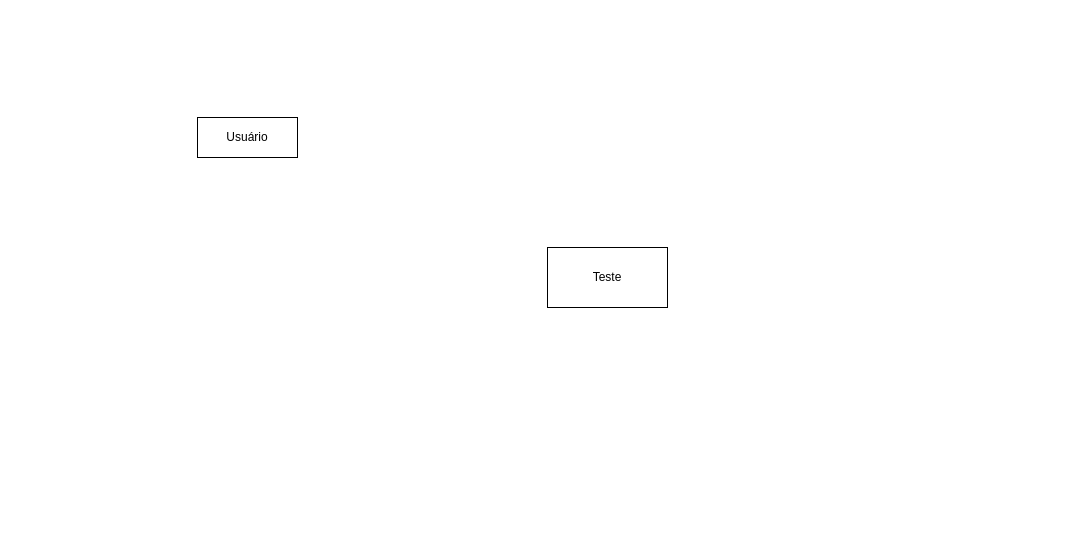
Earlier version of the draw.io diagram Untitled Diagram.drawio (bruniculos08/PPR0001). Source tidied: cells renumbered, new cells numbered last; positions are measured from the earlier drawing's top-left corner, leaving out a move shared by most shapes. Both pictures are drawn from the tidied source at 100%, with x=0, y=0 at pixel (197, 117).
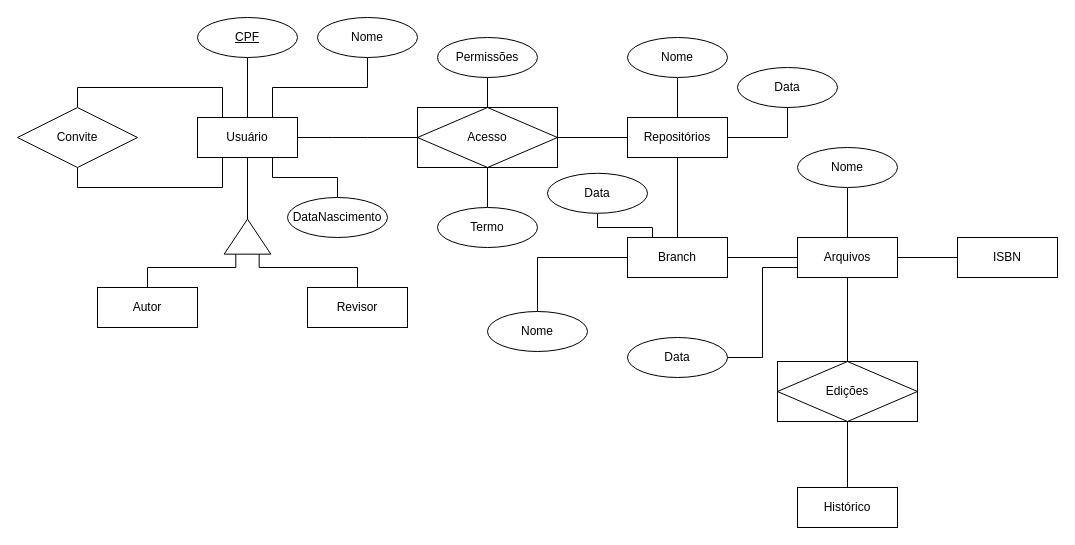
Above is the later version.

Unchanged cells that the change refers to:
```xml
<mxCell id="2" value="Usuário" style="whiteSpace=wrap;html=1;align=center;" parent="1" vertex="1">
  <mxGeometry width="100" height="40" as="geometry" />
</mxCell>
```

Diff of the diagram source:
```diff
@@
+    <mxCell id="4" style="edgeStyle=orthogonalEdgeStyle;rounded=0;jettySize=auto;html=1;exitX=0.5;exitY=1;exitDx=0;exitDy=0;entryX=1;entryY=0.5;entryDx=0;entryDy=0;endArrow=none;endFill=0;" parent="1" edge="1" source="2" target="28">
+      <mxGeometry relative="1" as="geometry" />
+    </mxCell>
+    <mxCell id="5" style="edgeStyle=orthogonalEdgeStyle;rounded=0;jettySize=auto;html=1;exitX=0.25;exitY=0;exitDx=0;exitDy=0;entryX=0.5;entryY=0;entryDx=0;entryDy=0;endArrow=none;endFill=0;" parent="1" edge="1" source="2" target="35">
+      <mxGeometry relative="1" as="geometry">
+        <Array as="points">
+          <mxPoint x="25" y="-30" />
+          <mxPoint x="-120" y="-30" />
+        </Array>
+      </mxGeometry>
+    </mxCell>
+    <mxCell id="6" style="edgeStyle=orthogonalEdgeStyle;rounded=0;jettySize=auto;html=1;exitX=0.25;exitY=1;exitDx=0;exitDy=0;entryX=0.5;entryY=1;entryDx=0;entryDy=0;endArrow=none;endFill=0;" parent="1" edge="1" source="2" target="35">
+      <mxGeometry relative="1" as="geometry" />
+    </mxCell>
+    <mxCell id="7" style="edgeStyle=orthogonalEdgeStyle;rounded=0;jettySize=auto;html=1;exitX=1;exitY=0.5;exitDx=0;exitDy=0;entryX=0;entryY=0.5;entryDx=0;entryDy=0;endArrow=none;endFill=0;" parent="1" edge="1" source="2">
+      <mxGeometry relative="1" as="geometry">
+        <mxPoint x="170" y="20" as="targetPoint" />
+      </mxGeometry>
+    </mxCell>
@@
-    <mxCell id="3" value="Teste" style="rounded=0;whiteSpace=wrap;html=1;" parent="1" vertex="1">
-      <mxGeometry x="350" y="130" width="120" height="60" as="geometry" />
-    </mxCell>
+    <mxCell id="8" style="edgeStyle=orthogonalEdgeStyle;rounded=0;jettySize=auto;html=1;exitX=0.5;exitY=1;exitDx=0;exitDy=0;entryX=0.5;entryY=0;entryDx=0;entryDy=0;endArrow=none;endFill=0;" parent="1" edge="1" source="9" target="2">
+      <mxGeometry relative="1" as="geometry" />
+    </mxCell>
+    <mxCell id="9" value="CPF" style="ellipse;whiteSpace=wrap;html=1;align=center;fontStyle=4;" parent="1" vertex="1">
+      <mxGeometry y="-100" width="100" height="40" as="geometry" />
+    </mxCell>
+    <mxCell id="10" style="edgeStyle=orthogonalEdgeStyle;rounded=0;jettySize=auto;html=1;exitX=0.5;exitY=1;exitDx=0;exitDy=0;entryX=0.5;entryY=0;entryDx=0;entryDy=0;endArrow=none;endFill=0;" parent="1" edge="1" source="13" target="34">
+      <mxGeometry relative="1" as="geometry" />
+    </mxCell>
+    <mxCell id="11" style="edgeStyle=orthogonalEdgeStyle;rounded=0;jettySize=auto;html=1;exitX=0.5;exitY=0;exitDx=0;exitDy=0;entryX=0.5;entryY=1;entryDx=0;entryDy=0;endArrow=none;endFill=0;" parent="1" edge="1" source="13" target="42">
+      <mxGeometry relative="1" as="geometry" />
+    </mxCell>
+    <mxCell id="12" style="edgeStyle=orthogonalEdgeStyle;rounded=0;jettySize=auto;html=1;exitX=1;exitY=0.5;exitDx=0;exitDy=0;entryX=0.5;entryY=1;entryDx=0;entryDy=0;endArrow=none;endFill=0;" parent="1" edge="1" source="13" target="44">
+      <mxGeometry relative="1" as="geometry" />
+    </mxCell>
+    <mxCell id="13" value="Repositórios" style="whiteSpace=wrap;html=1;align=center;" parent="1" vertex="1">
+      <mxGeometry x="430" width="100" height="40" as="geometry" />
+    </mxCell>
+    <mxCell id="14" style="edgeStyle=orthogonalEdgeStyle;rounded=0;jettySize=auto;html=1;exitX=1;exitY=0.5;exitDx=0;exitDy=0;entryX=0;entryY=0.5;entryDx=0;entryDy=0;endArrow=none;endFill=0;" parent="1" edge="1" source="19" target="25">
+      <mxGeometry relative="1" as="geometry" />
+    </mxCell>
+    <mxCell id="15" style="edgeStyle=orthogonalEdgeStyle;rounded=0;jettySize=auto;html=1;exitX=0;exitY=0.5;exitDx=0;exitDy=0;entryX=1;entryY=0.5;entryDx=0;entryDy=0;endArrow=none;endFill=0;" parent="1" edge="1" source="19" target="34">
+      <mxGeometry relative="1" as="geometry" />
+    </mxCell>
+    <mxCell id="16" style="edgeStyle=orthogonalEdgeStyle;rounded=0;jettySize=auto;html=1;exitX=0.5;exitY=0;exitDx=0;exitDy=0;entryX=0.5;entryY=1;entryDx=0;entryDy=0;endArrow=none;endFill=0;" parent="1" edge="1" source="19" target="43">
+      <mxGeometry relative="1" as="geometry" />
+    </mxCell>
+    <mxCell id="17" style="edgeStyle=orthogonalEdgeStyle;rounded=0;jettySize=auto;html=1;exitX=0;exitY=0.75;exitDx=0;exitDy=0;entryX=1;entryY=0.5;entryDx=0;entryDy=0;endArrow=none;endFill=0;" parent="1" edge="1" source="19" target="45">
+      <mxGeometry relative="1" as="geometry" />
+    </mxCell>
+    <mxCell id="18" style="edgeStyle=orthogonalEdgeStyle;rounded=0;jettySize=auto;html=1;exitX=0.5;exitY=1;exitDx=0;exitDy=0;entryX=0.5;entryY=0;entryDx=0;entryDy=0;endArrow=none;endFill=0;" parent="1" edge="1" source="19" target="49">
+      <mxGeometry relative="1" as="geometry" />
+    </mxCell>
+    <mxCell id="19" value="Arquivos" style="whiteSpace=wrap;html=1;align=center;" parent="1" vertex="1">
+      <mxGeometry x="600" y="120" width="100" height="40" as="geometry" />
+    </mxCell>
+    <mxCell id="20" style="edgeStyle=orthogonalEdgeStyle;rounded=0;jettySize=auto;html=1;exitX=1;exitY=0.5;exitDx=0;exitDy=0;entryX=0;entryY=0.5;entryDx=0;entryDy=0;endArrow=none;endFill=0;" parent="1" edge="1" source="24" target="13">
+      <mxGeometry relative="1" as="geometry" />
+    </mxCell>
+    <mxCell id="21" style="edgeStyle=orthogonalEdgeStyle;rounded=0;jettySize=auto;html=1;exitX=0;exitY=0.5;exitDx=0;exitDy=0;endArrow=none;endFill=0;" parent="1" edge="1" source="24">
+      <mxGeometry relative="1" as="geometry">
+        <mxPoint x="170" y="20" as="targetPoint" />
+      </mxGeometry>
+    </mxCell>
+    <mxCell id="22" style="edgeStyle=orthogonalEdgeStyle;rounded=0;jettySize=auto;html=1;exitX=0.5;exitY=0;exitDx=0;exitDy=0;entryX=0.5;entryY=1;entryDx=0;entryDy=0;endArrow=none;endFill=0;" parent="1" edge="1" source="24" target="41">
+      <mxGeometry relative="1" as="geometry" />
+    </mxCell>
+    <mxCell id="23" style="edgeStyle=orthogonalEdgeStyle;rounded=0;jettySize=auto;html=1;exitX=0.5;exitY=1;exitDx=0;exitDy=0;entryX=0.5;entryY=0;entryDx=0;entryDy=0;endArrow=none;endFill=0;" parent="1" edge="1" source="24" target="40">
+      <mxGeometry relative="1" as="geometry" />
+    </mxCell>
+    <mxCell id="24" value="Acesso" style="shape=associativeEntity;whiteSpace=wrap;html=1;align=center;" parent="1" vertex="1">
+      <mxGeometry x="220" y="-10" width="140" height="60" as="geometry" />
+    </mxCell>
+    <mxCell id="25" value="ISBN" style="whiteSpace=wrap;html=1;align=center;" parent="1" vertex="1">
+      <mxGeometry x="760" y="120" width="100" height="40" as="geometry" />
+    </mxCell>
+    <mxCell id="26" style="edgeStyle=orthogonalEdgeStyle;rounded=0;jettySize=auto;html=1;exitX=0;exitY=0.25;exitDx=0;exitDy=0;entryX=0.5;entryY=0;entryDx=0;entryDy=0;endArrow=none;endFill=0;" parent="1" edge="1" source="28" target="29">
+      <mxGeometry relative="1" as="geometry">
+        <Array as="points">
+          <mxPoint x="38" y="150" />
+          <mxPoint x="-50" y="150" />
+        </Array>
+      </mxGeometry>
+    </mxCell>
+    <mxCell id="27" style="edgeStyle=orthogonalEdgeStyle;rounded=0;jettySize=auto;html=1;exitX=0;exitY=0.75;exitDx=0;exitDy=0;entryX=0.5;entryY=0;entryDx=0;entryDy=0;endArrow=none;endFill=0;" parent="1" edge="1" source="28" target="30">
+      <mxGeometry relative="1" as="geometry">
+        <Array as="points">
+          <mxPoint x="62" y="150" />
+          <mxPoint x="160" y="150" />
+        </Array>
+      </mxGeometry>
+    </mxCell>
+    <mxCell id="28" style="triangle;whiteSpace=wrap;html=1;rotation=-90;" parent="1" vertex="1">
+      <mxGeometry x="32.5" y="95.8" width="35" height="46.7" as="geometry" />
+    </mxCell>
+    <mxCell id="29" value="Autor" style="whiteSpace=wrap;html=1;align=center;" parent="1" vertex="1">
+      <mxGeometry x="-100" y="170" width="100" height="40" as="geometry" />
+    </mxCell>
+    <mxCell id="30" value="Revisor" style="whiteSpace=wrap;html=1;align=center;" parent="1" vertex="1">
+      <mxGeometry x="110" y="170" width="100" height="40" as="geometry" />
+    </mxCell>
+    <mxCell id="31" style="edgeStyle=orthogonalEdgeStyle;rounded=0;jettySize=auto;html=1;exitX=0.5;exitY=0;exitDx=0;exitDy=0;entryX=0.5;entryY=1;entryDx=0;entryDy=0;endArrow=none;endFill=0;" parent="1" edge="1" source="32" target="49">
+      <mxGeometry relative="1" as="geometry" />
+    </mxCell>
+    <mxCell id="32" value="Histórico" style="whiteSpace=wrap;html=1;align=center;" parent="1" vertex="1">
+      <mxGeometry x="600" y="370" width="100" height="40" as="geometry" />
+    </mxCell>
+    <mxCell id="33" style="edgeStyle=orthogonalEdgeStyle;rounded=0;jettySize=auto;html=1;exitX=0.25;exitY=0;exitDx=0;exitDy=0;entryX=0.5;entryY=1;entryDx=0;entryDy=0;endArrow=none;endFill=0;" parent="1" edge="1" source="34" target="48">
+      <mxGeometry relative="1" as="geometry">
+        <Array as="points">
+          <mxPoint x="455" y="110" />
+          <mxPoint x="400" y="110" />
+        </Array>
+      </mxGeometry>
+    </mxCell>
+    <mxCell id="34" value="Branch" style="whiteSpace=wrap;html=1;align=center;" parent="1" vertex="1">
+      <mxGeometry x="430" y="120" width="100" height="40" as="geometry" />
+    </mxCell>
+    <mxCell id="35" value="Convite" style="shape=rhombus;perimeter=rhombusPerimeter;whiteSpace=wrap;html=1;align=center;" parent="1" vertex="1">
+      <mxGeometry x="-180" y="-10" width="120" height="60" as="geometry" />
+    </mxCell>
+    <mxCell id="36" style="edgeStyle=orthogonalEdgeStyle;rounded=0;jettySize=auto;html=1;exitX=0.5;exitY=1;exitDx=0;exitDy=0;entryX=0.75;entryY=0;entryDx=0;entryDy=0;endArrow=none;endFill=0;" parent="1" edge="1" source="37" target="2">
+      <mxGeometry relative="1" as="geometry" />
+    </mxCell>
+    <mxCell id="37" value="Nome" style="ellipse;whiteSpace=wrap;html=1;align=center;" parent="1" vertex="1">
+      <mxGeometry x="120" y="-100" width="100" height="40" as="geometry" />
+    </mxCell>
+    <mxCell id="38" style="edgeStyle=orthogonalEdgeStyle;rounded=0;jettySize=auto;html=1;exitX=0.5;exitY=0;exitDx=0;exitDy=0;entryX=0.75;entryY=1;entryDx=0;entryDy=0;endArrow=none;endFill=0;" parent="1" edge="1" source="39" target="2">
+      <mxGeometry relative="1" as="geometry">
+        <Array as="points">
+          <mxPoint x="140" y="60" />
+          <mxPoint x="75" y="60" />
+        </Array>
+      </mxGeometry>
+    </mxCell>
+    <mxCell id="39" value="DataNascimento" style="ellipse;whiteSpace=wrap;html=1;align=center;" parent="1" vertex="1">
+      <mxGeometry x="90" y="80" width="100" height="40" as="geometry" />
+    </mxCell>
+    <mxCell id="40" value="Termo" style="ellipse;whiteSpace=wrap;html=1;align=center;" parent="1" vertex="1">
+      <mxGeometry x="240" y="90" width="100" height="40" as="geometry" />
+    </mxCell>
+    <mxCell id="41" value="Permissões" style="ellipse;whiteSpace=wrap;html=1;align=center;" parent="1" vertex="1">
+      <mxGeometry x="240" y="-80" width="100" height="40" as="geometry" />
+    </mxCell>
+    <mxCell id="42" value="Nome" style="ellipse;whiteSpace=wrap;html=1;align=center;" parent="1" vertex="1">
+      <mxGeometry x="430" y="-80" width="100" height="40" as="geometry" />
+    </mxCell>
+    <mxCell id="43" value="Nome" style="ellipse;whiteSpace=wrap;html=1;align=center;" parent="1" vertex="1">
+      <mxGeometry x="600" y="30" width="100" height="40" as="geometry" />
+    </mxCell>
+    <mxCell id="44" value="Data" style="ellipse;whiteSpace=wrap;html=1;align=center;" parent="1" vertex="1">
+      <mxGeometry x="540" y="-50" width="100" height="40" as="geometry" />
+    </mxCell>
+    <mxCell id="45" value="Data" style="ellipse;whiteSpace=wrap;html=1;align=center;" parent="1" vertex="1">
+      <mxGeometry x="430" y="220" width="100" height="40" as="geometry" />
+    </mxCell>
+    <mxCell id="46" style="edgeStyle=orthogonalEdgeStyle;rounded=0;jettySize=auto;html=1;exitX=0.5;exitY=0;exitDx=0;exitDy=0;entryX=0;entryY=0.5;entryDx=0;entryDy=0;endArrow=none;endFill=0;" parent="1" edge="1" source="47" target="34">
+      <mxGeometry relative="1" as="geometry">
+        <Array as="points">
+          <mxPoint x="340" y="194" />
+          <mxPoint x="340" y="140" />
+        </Array>
+      </mxGeometry>
+    </mxCell>
+    <mxCell id="47" value="Nome" style="ellipse;whiteSpace=wrap;html=1;align=center;" parent="1" vertex="1">
+      <mxGeometry x="290" y="194" width="100" height="40" as="geometry" />
+    </mxCell>
+    <mxCell id="48" value="Data" style="ellipse;whiteSpace=wrap;html=1;align=center;" parent="1" vertex="1">
+      <mxGeometry x="350" y="55.8" width="100" height="40" as="geometry" />
+    </mxCell>
+    <mxCell id="49" value="Edições" style="shape=associativeEntity;whiteSpace=wrap;html=1;align=center;" parent="1" vertex="1">
+      <mxGeometry x="580" y="244" width="140" height="60" as="geometry" />
+    </mxCell>
```
